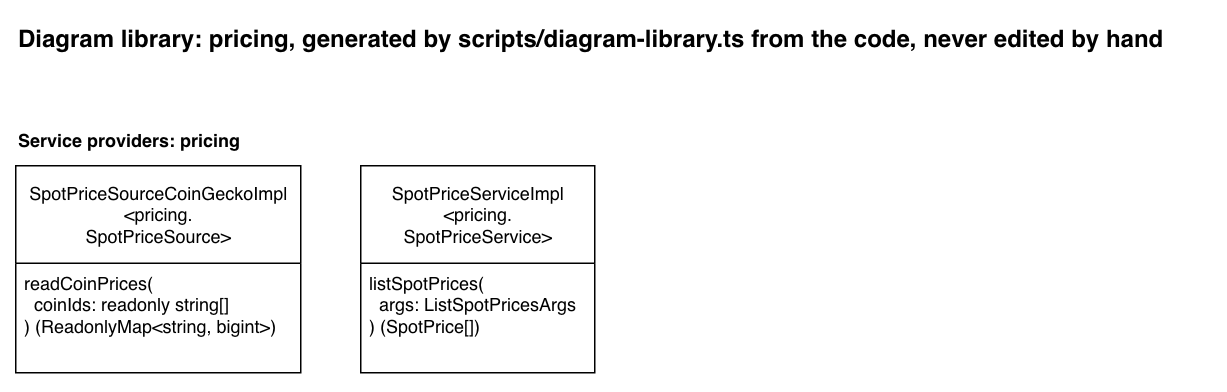
Earlier version of the draw.io export docs/diagram-library/pricing/diagram-library.drawio.png (sig-net/full-stack-demo). Source tidied: cells renumbered, new cells last; positions are measured from the earlier drawing's top-left corner, leaving out a move shared by most shapes.
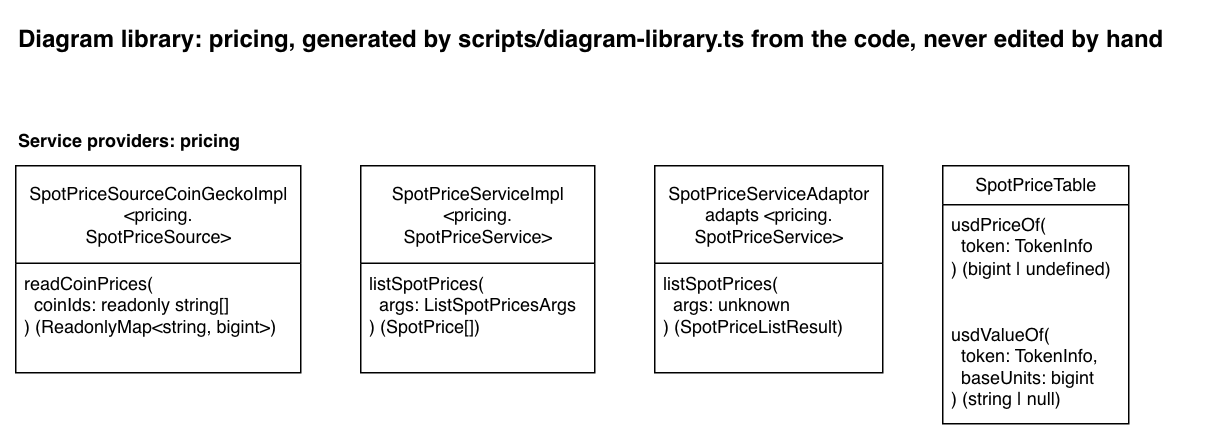
The same diagram one commit later.

Change to the diagram source:
```diff
@@ -20,5 +20,20 @@
     <mxCell id="7" value="listSpotPrices(&lt;br&gt;&amp;nbsp; args: ListSpotPricesArgs&lt;br&gt;) (SpotPrice[])" style="text;strokeColor=none;fillColor=none;align=left;verticalAlign=top;spacingLeft=4;spacingRight=4;overflow=hidden;whiteSpace=wrap;html=1;" parent="6" vertex="1">
       <mxGeometry y="65" width="156" height="73" as="geometry" />
     </mxCell>
+    <mxCell id="8" value="SpotPriceServiceAdaptor&lt;br&gt;adapts &amp;lt;pricing.&lt;br&gt;SpotPriceService&amp;gt;" style="swimlane;fontStyle=0;horizontal=1;startSize=65;fillColor=default;html=1;fillStyle=solid;" parent="1" vertex="1">
+      <mxGeometry x="426" y="100" width="152" height="138" as="geometry" />
+    </mxCell>
+    <mxCell id="9" value="listSpotPrices(&lt;br&gt;&amp;nbsp; args: unknown&lt;br&gt;) (SpotPriceListResult)" style="text;strokeColor=none;fillColor=none;align=left;verticalAlign=top;spacingLeft=4;spacingRight=4;overflow=hidden;whiteSpace=wrap;html=1;" parent="8" vertex="1">
+      <mxGeometry y="65" width="152" height="73" as="geometry" />
+    </mxCell>
+    <mxCell id="10" value="SpotPriceTable" style="swimlane;fontStyle=0;horizontal=1;startSize=26;fillColor=default;html=1;fillStyle=solid;" parent="1" vertex="1">
+      <mxGeometry x="618" y="100" width="124" height="172" as="geometry" />
+    </mxCell>
+    <mxCell id="11" value="usdPriceOf(&lt;br&gt;&amp;nbsp; token: TokenInfo&lt;br&gt;) (bigint | undefined)" style="text;strokeColor=none;fillColor=none;align=left;verticalAlign=top;spacingLeft=4;spacingRight=4;overflow=hidden;whiteSpace=wrap;html=1;" parent="10" vertex="1">
+      <mxGeometry y="26" width="124" height="73" as="geometry" />
+    </mxCell>
+    <mxCell id="12" value="usdValueOf(&lt;br&gt;&amp;nbsp; token: TokenInfo,&lt;br&gt;&amp;nbsp; baseUnits: bigint&lt;br&gt;) (string | null)" style="text;strokeColor=none;fillColor=none;align=left;verticalAlign=top;spacingLeft=4;spacingRight=4;overflow=hidden;whiteSpace=wrap;html=1;" parent="10" vertex="1">
+      <mxGeometry y="99" width="124" height="73" as="geometry" />
+    </mxCell>
   </root>
 </mxGraphModel>
```
